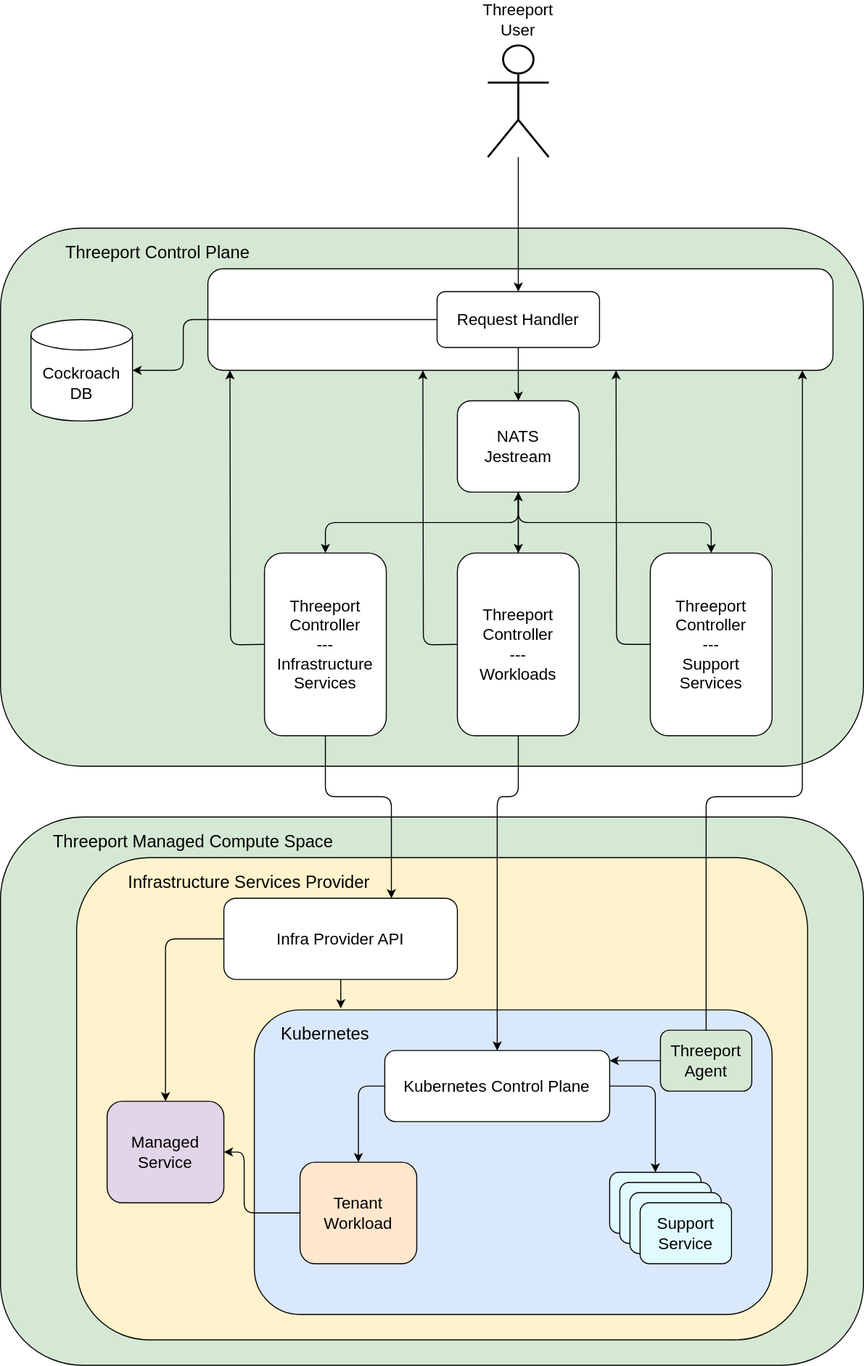
This is docs/docs/img/ThreeportControlPlaneOverview.drawio.svg from threeport/threeport, a draw.io export, as it was before one commit. Source tidied: cells renumbered, new cells last; positions are measured from the earlier drawing's top-left corner, leaving out a move shared by most shapes.
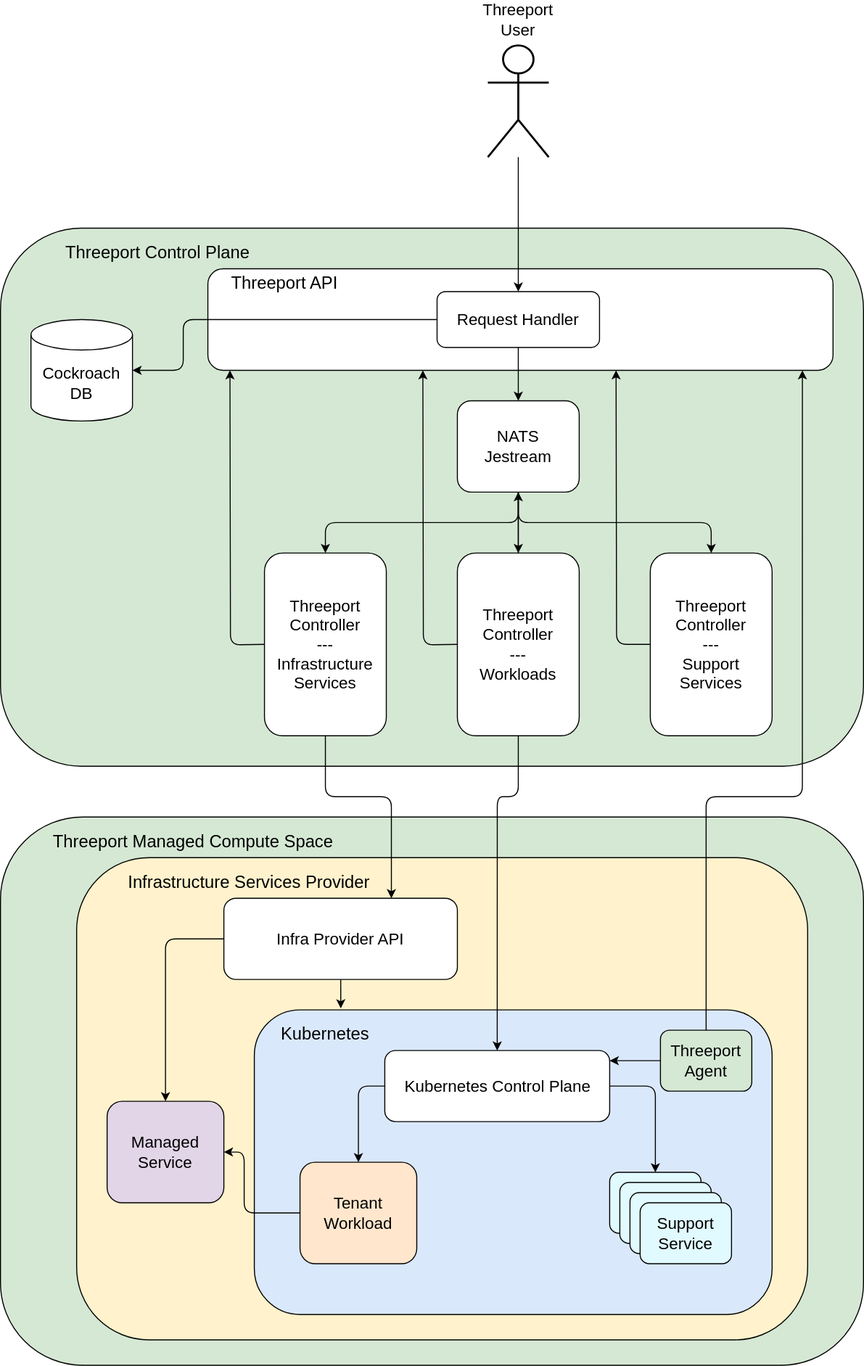
After the commit.

Commit message:
docs: fix typo and missing label

What changed in the source:
```diff
@@ -172,5 +172,8 @@
     <mxCell id="46" value="&lt;font style=&quot;font-size: 17px;&quot;&gt;Kubernetes&lt;/font&gt;" style="text;strokeColor=none;align=center;fillColor=none;html=1;verticalAlign=middle;whiteSpace=wrap;rounded=0;" parent="1" vertex="1">
       <mxGeometry x="180" y="1000" width="280" height="30" as="geometry" />
     </mxCell>
+    <mxCell id="47" value="&lt;font style=&quot;font-size: 17px;&quot;&gt;Threeport API&lt;/font&gt;" style="text;strokeColor=none;align=center;fillColor=none;html=1;verticalAlign=middle;whiteSpace=wrap;rounded=0;" parent="1" vertex="1">
+      <mxGeometry x="140" y="260" width="280" height="30" as="geometry" />
+    </mxCell>
   </root>
 </mxGraphModel>
```
